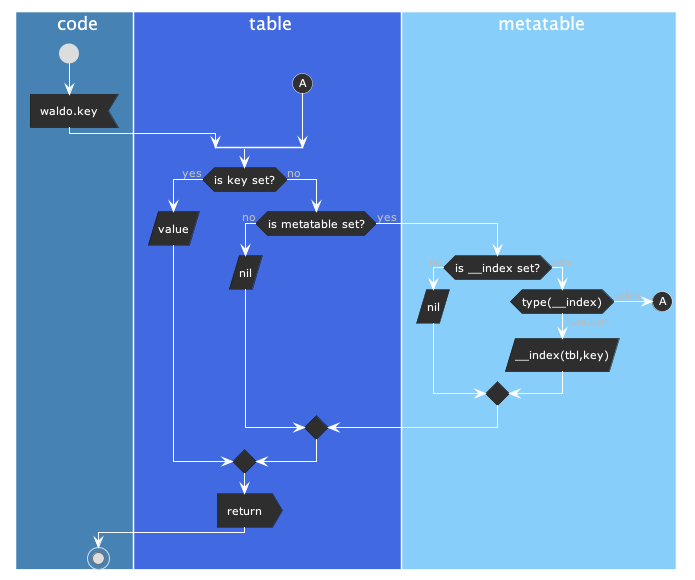
Above: content/posts/lua-metatables-introduction/table-meta-index.png in wwmoraes/site (PlantUML), before the change. Source of this version:
```plantuml
@startuml table-meta-index
!theme reddress-darkblue
skinparam BackgroundColor transparent
|#SteelBlue|c| code
split
-[hidden]->
start
:waldo.key<
split again
|#RoyalBlue|t| table
-[hidden]->
(A)
end split
if (is key set?) then (yes)
  :value/
else (no)
  if (is metatable set?) then (no)
    :nil/
  else (yes)
    |#LightSkyBlue|m| metatable
    if (is __index set?) then (no)
      :nil/
    else (yes)
      if (type(__index)) then (table)
      (A)
      else (function)
        :__index(tbl,key)/
      endif
    endif
  endif
endif
|t|
:return>
|c|
stop
@enduml
```
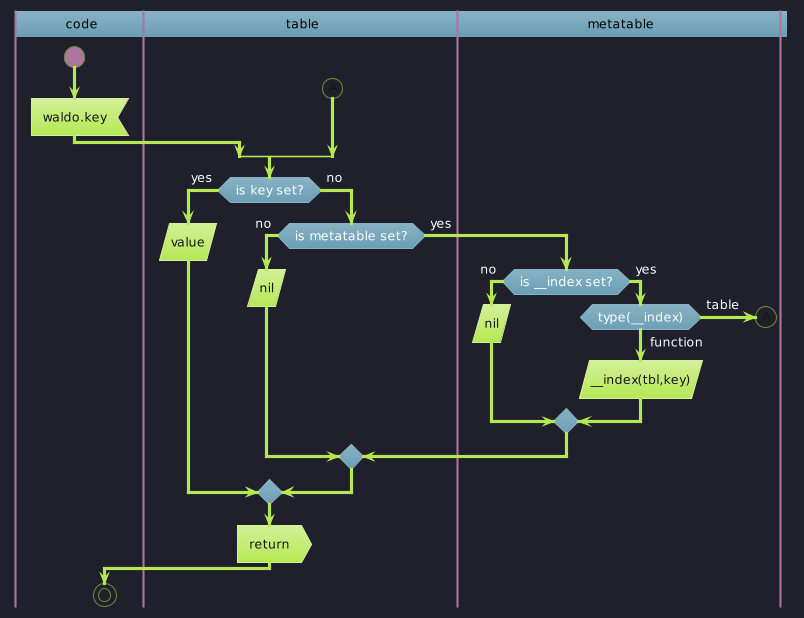
The same diagram one commit later.

The edit, as a diff of the source:
```diff
@@ -1,13 +1,14 @@
 @startuml table-meta-index
-!theme reddress-darkblue
-skinparam BackgroundColor transparent
-|#SteelBlue|c| code
+!theme hacker
+skinparam BackgroundColor #1f202b
+skinparam SwimlaneTitleFontColor #000000
+|c| code
 split
 -[hidden]->
 start
 :waldo.key<
 split again
-|#RoyalBlue|t| table
+|t| table
 -[hidden]->
 (A)
 end split
@@ -17,7 +18,7 @@
   if (is metatable set?) then (no)
     :nil/
   else (yes)
-    |#LightSkyBlue|m| metatable
+    |m| metatable
     if (is __index set?) then (no)
       :nil/
     else (yes)
```
